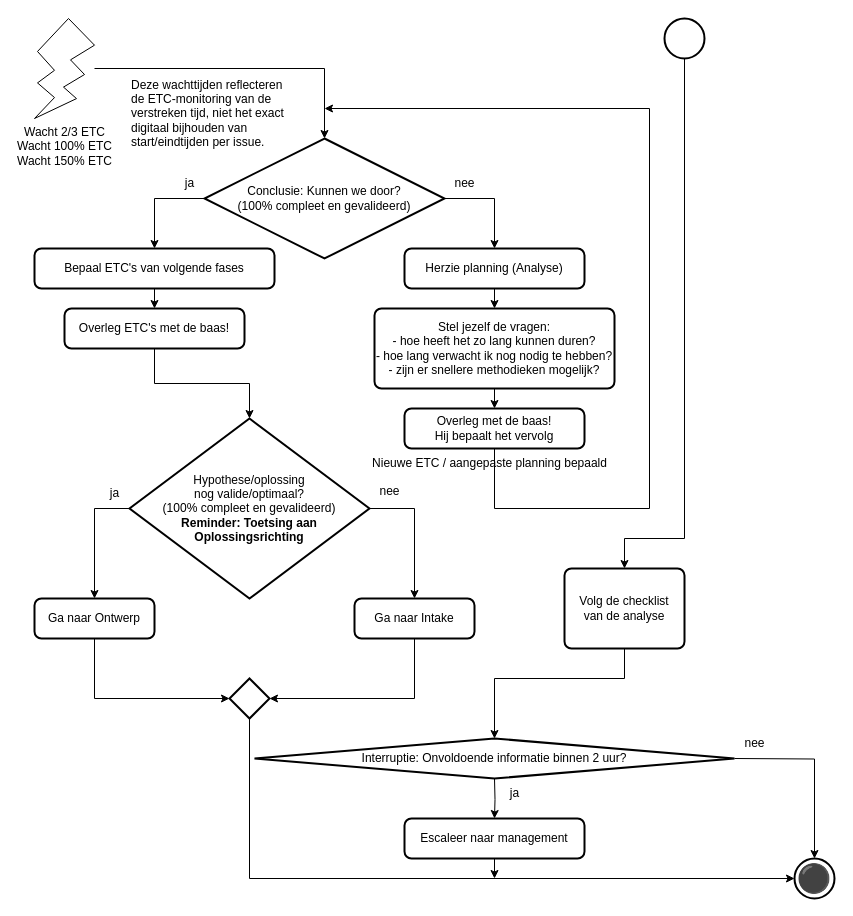
Before: 2 Issue Tracker analyse.drawio in Zaibatsu89/IssueTracker, a draw.io diagram. Source tidied: cells renumbered, new cells numbered last; positions are measured from the earlier drawing's top-left corner, leaving out a move shared by most shapes. Both pictures are drawn from the tidied source at 100%, with x=0, y=0 at pixel (34, 18).
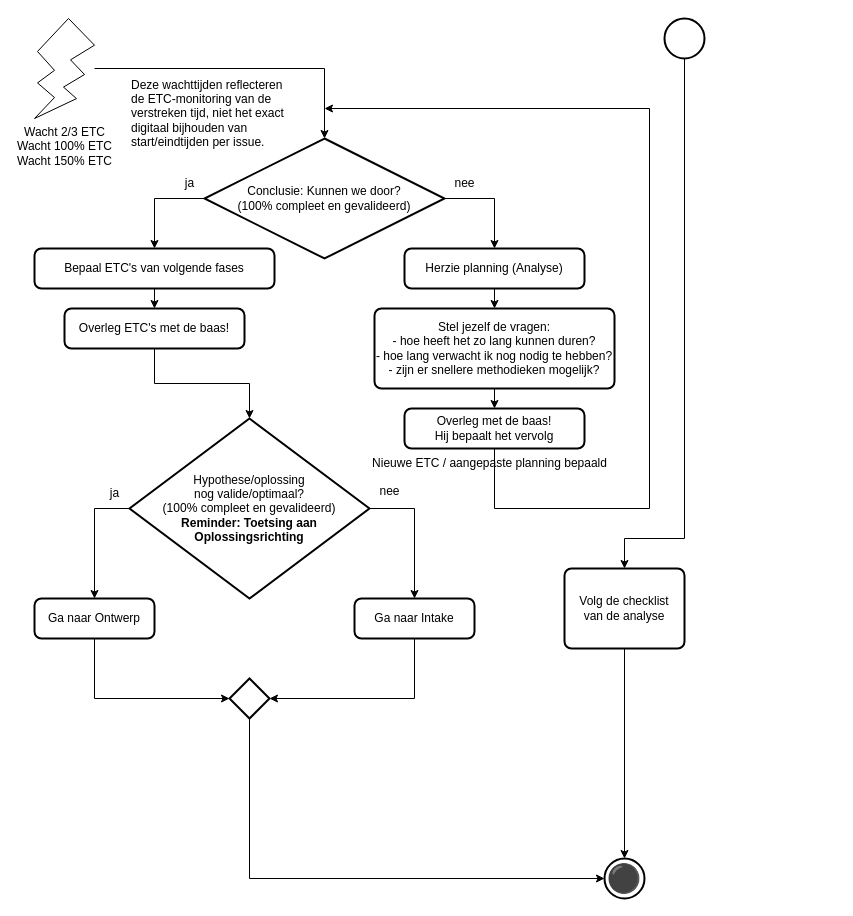
The same diagram, later.

Commit message:
"Interruptie: onvoldoende informatie" weghalen in analyse flowcharts

Unchanged cells that the change refers to:
```xml
<mxCell id="42" value="Volg de checklist&lt;br&gt;van de analyse" style="rounded=1;whiteSpace=wrap;html=1;absoluteArcSize=1;arcSize=14;strokeWidth=2;" parent="1" vertex="1">
  <mxGeometry x="530" y="550" width="120" height="80" as="geometry" />
</mxCell>
```

Change to the diagram source:
```diff
@@
-    <mxCell id="11" style="edgeStyle=orthogonalEdgeStyle;rounded=0;jettySize=auto;html=1;exitX=0.5;exitY=1;exitDx=0;exitDy=0;exitPerimeter=0;entryX=0.5;entryY=0;entryDx=0;entryDy=0;" parent="1" edge="1" target="15">
-      <mxGeometry relative="1" as="geometry">
-        <mxPoint x="460" y="760" as="sourcePoint" />
-      </mxGeometry>
-    </mxCell>
-    <mxCell id="12" value="Interruptie: Onvoldoende informatie binnen 2 uur?" style="strokeWidth=2;html=1;shape=mxgraph.flowchart.decision;whiteSpace=wrap;" parent="1" vertex="1">
-      <mxGeometry x="220" y="720" width="480" height="40" as="geometry" />
-    </mxCell>
-    <mxCell id="13" value="nee" style="text;html=1;align=center;verticalAlign=middle;strokeColor=none;fillColor=none;" parent="1" vertex="1">
-      <mxGeometry x="700" y="710" width="40" height="30" as="geometry" />
-    </mxCell>
-    <mxCell id="14" style="edgeStyle=orthogonalEdgeStyle;rounded=0;jettySize=auto;html=1;exitX=0.5;exitY=1;exitDx=0;exitDy=0;" parent="1" edge="1" source="15">
-      <mxGeometry relative="1" as="geometry">
-        <mxPoint x="460" y="860" as="targetPoint" />
-      </mxGeometry>
-    </mxCell>
-    <mxCell id="15" value="Escaleer naar management" style="rounded=1;whiteSpace=wrap;html=1;absoluteArcSize=1;arcSize=14;strokeWidth=2;" parent="1" vertex="1">
-      <mxGeometry x="370" y="800" width="180" height="40" as="geometry" />
-    </mxCell>
-    <mxCell id="16" value="ja" style="text;html=1;align=center;verticalAlign=middle;strokeColor=none;fillColor=none;" parent="1" vertex="1">
-      <mxGeometry x="465" y="760" width="30" height="30" as="geometry" />
-    </mxCell>
     <mxCell id="17" value="⚫" style="strokeWidth=2;html=1;shape=mxgraph.flowchart.start_2;whiteSpace=wrap;fillColor=none;fontSize=28;" parent="1" vertex="1">
-      <mxGeometry x="760" y="840" width="40" height="40" as="geometry" />
+      <mxGeometry x="570" y="840" width="40" height="40" as="geometry" />
     </mxCell>
@@
-    <mxCell id="20" style="edgeStyle=orthogonalEdgeStyle;rounded=0;jettySize=auto;html=1;exitX=1;exitY=0.5;exitDx=0;exitDy=0;exitPerimeter=0;entryX=0.5;entryY=0;entryDx=0;entryDy=0;entryPerimeter=0;" parent="1" edge="1" target="17">
-      <mxGeometry relative="1" as="geometry">
-        <mxPoint x="700" y="740" as="sourcePoint" />
-      </mxGeometry>
-    </mxCell>
@@
-    <mxCell id="43" style="edgeStyle=orthogonalEdgeStyle;rounded=0;jettySize=auto;html=1;exitX=0.5;exitY=1;exitDx=0;exitDy=0;entryX=0.5;entryY=0;entryDx=0;entryDy=0;entryPerimeter=0;" parent="1" edge="1" source="42" target="12">
-      <mxGeometry relative="1" as="geometry">
-        <Array as="points">
-          <mxPoint x="590" y="660" />
-          <mxPoint x="460" y="660" />
-        </Array>
-      </mxGeometry>
-    </mxCell>
+    <mxCell id="44" style="edgeStyle=orthogonalEdgeStyle;rounded=0;jettySize=auto;html=1;exitX=0.5;exitY=1;exitDx=0;exitDy=0;entryX=0.5;entryY=0;entryDx=0;entryDy=0;entryPerimeter=0;" parent="1" edge="1" source="42" target="17">
+      <mxGeometry relative="1" as="geometry" />
+    </mxCell>
```
